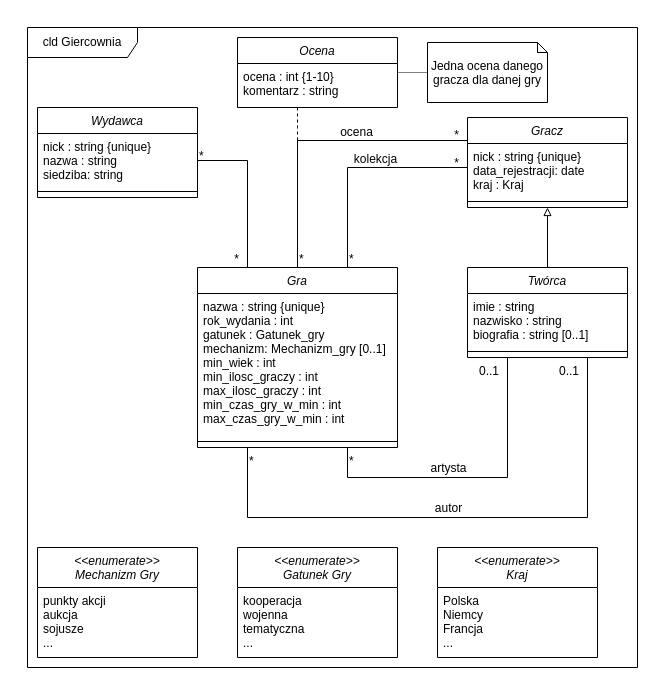
The draw.io diagram MP0/tin_zaoczne_18c_s17524_model.drawio in BielinskiLukasz/TIN, before the edit. Source tidied: cells renumbered, new cells numbered last; positions are measured from the earlier drawing's top-left corner, leaving out a move shared by most shapes. Both pictures are drawn from the tidied source at 100%, with x=0, y=0 at pixel (17, 17).
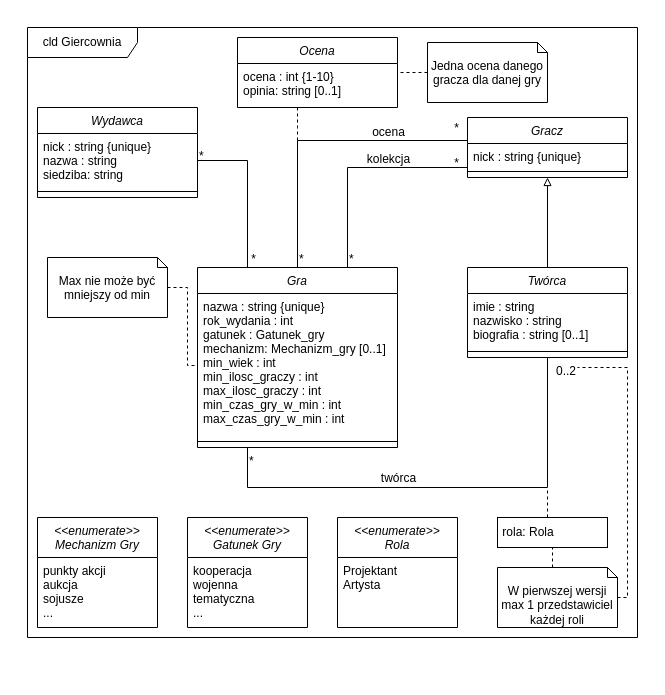
The same diagram, later.

Commit message (it also covers changes not shown here):
Update uml diagram

Unchanged cells that the change refers to:
```xml
<mxCell id="4" value="Gra" style="swimlane;fontStyle=2;align=center;verticalAlign=top;horizontal=1;startSize=26;rounded=0;shadow=0;strokeWidth=1;" parent="1" vertex="1">
  <mxGeometry x="180" y="250" width="200" height="180" as="geometry" />
</mxCell>
<mxCell id="5" value="nazwa : string {unique}&#10;rok_wydania : int&#10;gatunek : Gatunek_gry&#10;mechanizm: Mechanizm_gry [0..1]&#10;min_wiek : int&#10;min_ilosc_graczy : int&#10;max_ilosc_graczy : int&#10;min_czas_gry_w_min : int&#10;max_czas_gry_w_min : int" style="text;align=left;verticalAlign=top;spacingLeft=4;spacingRight=4;overflow=hidden;points=[[0,0.5],[1,0.5]];portConstraint=eastwest;" parent="4" vertex="1">
  <mxGeometry y="26" width="200" height="144" as="geometry" />
</mxCell>
<mxCell id="17" style="endArrow=none;shadow=0;strokeWidth=1;rounded=0;endFill=0;edgeStyle=elbowEdgeStyle;elbow=vertical;exitX=1;exitY=0.5;exitDx=0;exitDy=0;entryX=0.25;entryY=0;entryDx=0;entryDy=0;" parent="1" edge="1" source="15" target="4">
  <mxGeometry x="0.5" y="41" relative="1" as="geometry">
    <Array as="points">
      <mxPoint x="210" y="143" />
      <mxPoint x="90" y="103" />
      <mxPoint x="100" y="110" />
    </Array>
    <mxPoint x="-40" y="32" as="offset" />
  </mxGeometry>
</mxCell>
<mxCell id="20" style="endArrow=none;shadow=0;strokeWidth=1;rounded=0;endFill=0;edgeStyle=elbowEdgeStyle;elbow=vertical;exitX=0.75;exitY=0;exitDx=0;exitDy=0;" parent="1" edge="1" source="4">
  <mxGeometry x="0.5" y="41" relative="1" as="geometry">
    <mxPoint x="450" y="150" as="targetPoint" />
    <Array as="points">
      <mxPoint x="390" y="150" />
      <mxPoint x="400" y="160" />
      <mxPoint x="390" y="103" />
    </Array>
    <mxPoint x="-40" y="32" as="offset" />
  </mxGeometry>
</mxCell>
<mxCell id="24" style="endArrow=none;shadow=0;strokeWidth=1;rounded=0;endFill=0;edgeStyle=elbowEdgeStyle;elbow=vertical;exitX=0.5;exitY=0;exitDx=0;exitDy=0;entryX=0;entryY=0.25;entryDx=0;entryDy=0;" parent="1" edge="1" source="4" target="7">
  <mxGeometry x="0.5" y="41" relative="1" as="geometry">
    <Array as="points">
      <mxPoint x="370" y="123" />
      <mxPoint x="350" y="63" />
    </Array>
    <mxPoint x="-40" y="32" as="offset" />
  </mxGeometry>
</mxCell>
<mxCell id="29" value="Twórca" style="swimlane;fontStyle=2;align=center;verticalAlign=top;horizontal=1;startSize=26;rounded=0;shadow=0;strokeWidth=1;" parent="1" vertex="1">
  <mxGeometry x="450" y="250" width="160" height="90" as="geometry" />
</mxCell>
<mxCell id="33" value="Ocena" style="swimlane;fontStyle=2;align=center;verticalAlign=top;horizontal=1;startSize=26;rounded=0;shadow=0;strokeWidth=1;" parent="1" vertex="1">
  <mxGeometry x="220" y="20" width="160" height="70" as="geometry" />
</mxCell>
<mxCell id="46" value="Jedna ocena danego gracza dla danej gry" style="shape=note2;boundedLbl=1;whiteSpace=wrap;html=1;size=10;verticalAlign=top;align=center;" parent="1" vertex="1">
  <mxGeometry x="410" y="25" width="120" height="60" as="geometry" />
</mxCell>
```

Change to the diagram source:
```diff
@@
     <mxCell id="2" style="rounded=0;whiteSpace=wrap;html=1;strokeColor=#FFFFFF;" parent="1" vertex="1">
-      <mxGeometry width="630" height="660" as="geometry" />
+      <mxGeometry width="630" height="630" as="geometry" />
     </mxCell>
     <mxCell id="3" value="cld Giercownia" style="shape=umlFrame;whiteSpace=wrap;html=1;width=110;height=30;" parent="1" vertex="1">
-      <mxGeometry x="10" y="10" width="610" height="640" as="geometry" />
+      <mxGeometry x="10" y="10" width="610" height="610" as="geometry" />
     </mxCell>
@@
     <mxCell id="7" value="Gracz" style="swimlane;fontStyle=2;align=center;verticalAlign=top;horizontal=1;startSize=26;rounded=0;shadow=0;strokeWidth=1;" parent="1" vertex="1">
-      <mxGeometry x="450" y="100" width="160" height="90" as="geometry" />
+      <mxGeometry x="450" y="100" width="160" height="60" as="geometry" />
     </mxCell>
-    <mxCell id="8" value="nick : string {unique}&#10;data_rejestracji: date&#10;kraj : Kraj" style="text;align=left;verticalAlign=top;spacingLeft=4;spacingRight=4;overflow=hidden;" parent="7" vertex="1">
-      <mxGeometry y="26" width="160" height="54" as="geometry" />
+    <mxCell id="8" value="nick : string {unique}" style="text;align=left;verticalAlign=top;spacingLeft=4;spacingRight=4;overflow=hidden;" parent="7" vertex="1">
+      <mxGeometry y="26" width="160" height="24" as="geometry" />
     </mxCell>
     <mxCell id="9" style="line;html=1;strokeWidth=1;align=left;verticalAlign=middle;spacingTop=-1;spacingLeft=3;spacingRight=3;labelPosition=right;" parent="7" vertex="1">
-      <mxGeometry y="80" width="160" height="8" as="geometry" />
+      <mxGeometry y="50" width="160" height="8" as="geometry" />
     </mxCell>
-    <mxCell id="10" value="&lt;&lt;enumerate&gt;&gt;&#10;Kraj" style="swimlane;fontStyle=2;align=center;verticalAlign=top;horizontal=1;startSize=40;rounded=0;shadow=0;strokeWidth=1;" parent="1" vertex="1">
-      <mxGeometry x="420" y="530" width="160" height="110" as="geometry" />
+    <mxCell id="10" value="&lt;&lt;enumerate&gt;&gt;&#10;Rola" style="swimlane;fontStyle=2;align=center;verticalAlign=top;horizontal=1;startSize=40;rounded=0;shadow=0;strokeWidth=1;" parent="1" vertex="1">
+      <mxGeometry x="320" y="500" width="120" height="110" as="geometry" />
     </mxCell>
-    <mxCell id="11" value="Polska&#10;Niemcy&#10;Francja&#10;..." style="text;align=left;verticalAlign=top;spacingLeft=4;spacingRight=4;overflow=hidden;" parent="10" vertex="1">
-      <mxGeometry y="40" width="160" height="70" as="geometry" />
+    <mxCell id="11" value="Projektant&#10;Artysta" style="text;align=left;verticalAlign=top;spacingLeft=4;spacingRight=4;overflow=hidden;" parent="10" vertex="1">
+      <mxGeometry y="40" width="120" height="70" as="geometry" />
     </mxCell>
     <mxCell id="12" value="&lt;&lt;enumerate&gt;&gt;&#10;Gatunek Gry" style="swimlane;fontStyle=2;align=center;verticalAlign=top;horizontal=1;startSize=40;rounded=0;shadow=0;strokeWidth=1;" parent="1" vertex="1">
-      <mxGeometry x="220" y="530" width="160" height="110" as="geometry" />
+      <mxGeometry x="170" y="500" width="120" height="110" as="geometry" />
     </mxCell>
     <mxCell id="13" value="kooperacja&#10;wojenna&#10;tematyczna&#10;..." style="text;align=left;verticalAlign=top;spacingLeft=4;spacingRight=4;overflow=hidden;" parent="12" vertex="1">
-      <mxGeometry y="40" width="160" height="70" as="geometry" />
+      <mxGeometry y="40" width="120" height="70" as="geometry" />
     </mxCell>
@@
     <mxCell id="19" value="*" style="align=right;verticalAlign=bottom;labelBackgroundColor=none;fontSize=12;" parent="17" vertex="1">
       <mxGeometry x="1" relative="1" as="geometry">
-        <mxPoint x="-7" y="0.1" as="offset" />
+        <mxPoint x="10" y="0.1" as="offset" />
       </mxGeometry>
     </mxCell>
@@
     <mxCell id="23" value="kolekcja" style="text;html=1;align=center;verticalAlign=middle;labelBackgroundColor=none;rounded=0;shadow=0;strokeWidth=1;fontSize=12;" parent="20" vertex="1">
       <mxGeometry x="0.5" y="49" relative="1" as="geometry">
-        <mxPoint x="-38" y="40" as="offset" />
+        <mxPoint x="-25" y="40" as="offset" />
       </mxGeometry>
     </mxCell>
@@
     <mxCell id="27" value="ocena" style="text;html=1;align=center;verticalAlign=middle;labelBackgroundColor=none;rounded=0;shadow=0;strokeWidth=1;fontSize=12;" parent="24" vertex="1">
       <mxGeometry x="0.5" y="49" relative="1" as="geometry">
-        <mxPoint x="-38" y="40" as="offset" />
+        <mxPoint x="-12" y="40" as="offset" />
       </mxGeometry>
     </mxCell>
@@
-    <mxCell id="34" value="ocena : int {1-10}&#10;komentarz : string" style="text;align=left;verticalAlign=top;spacingLeft=4;spacingRight=4;overflow=hidden;" parent="33" vertex="1">
+    <mxCell id="34" value="ocena : int {1-10}&#10;opinia: string [0..1]" style="text;align=left;verticalAlign=top;spacingLeft=4;spacingRight=4;overflow=hidden;" parent="33" vertex="1">
       <mxGeometry y="26" width="160" height="34" as="geometry" />
     </mxCell>
-    <mxCell id="35" style="endArrow=none;shadow=0;strokeWidth=1;rounded=0;endFill=0;edgeStyle=elbowEdgeStyle;elbow=vertical;exitX=0.75;exitY=1;exitDx=0;exitDy=0;entryX=0.25;entryY=1;entryDx=0;entryDy=0;" parent="1" edge="1" source="4" target="29">
-      <mxGeometry x="0.5" y="41" relative="1" as="geometry">
-        <Array as="points">
-          <mxPoint x="420" y="460" />
-        </Array>
-        <mxPoint x="-40" y="32" as="offset" />
-      </mxGeometry>
-    </mxCell>
-    <mxCell id="36" value="*" style="align=left;verticalAlign=bottom;labelBackgroundColor=none;fontSize=12;" parent="35" vertex="1">
-      <mxGeometry x="-1" relative="1" as="geometry">
-        <mxPoint y="21.5" as="offset" />
-      </mxGeometry>
-    </mxCell>
-    <mxCell id="37" value="0..1" style="align=right;verticalAlign=bottom;labelBackgroundColor=none;fontSize=12;" parent="35" vertex="1">
-      <mxGeometry x="1" relative="1" as="geometry">
-        <mxPoint x="-7" y="22.3" as="offset" />
-      </mxGeometry>
-    </mxCell>
-    <mxCell id="38" value="artysta" style="text;html=1;align=center;verticalAlign=middle;labelBackgroundColor=none;rounded=0;shadow=0;strokeWidth=1;fontSize=12;" parent="35" vertex="1">
-      <mxGeometry x="0.5" y="49" relative="1" as="geometry">
-        <mxPoint x="-11" y="33" as="offset" />
-      </mxGeometry>
-    </mxCell>
-    <mxCell id="39" style="endArrow=none;shadow=0;strokeWidth=1;rounded=0;endFill=0;edgeStyle=elbowEdgeStyle;elbow=vertical;entryX=0.75;entryY=1;entryDx=0;entryDy=0;exitX=0.25;exitY=1;exitDx=0;exitDy=0;" parent="1" edge="1" source="4" target="29">
+    <mxCell id="39" style="endArrow=none;shadow=0;strokeWidth=1;rounded=0;endFill=0;edgeStyle=elbowEdgeStyle;elbow=vertical;entryX=0.5;entryY=1;entryDx=0;entryDy=0;exitX=0.25;exitY=1;exitDx=0;exitDy=0;" parent="1" edge="1" source="4" target="29">
       <mxGeometry x="0.5" y="41" relative="1" as="geometry">
         <Array as="points">
+          <mxPoint x="410" y="470" />
           <mxPoint x="380" y="500" />
         </Array>
         <mxPoint x="-40" y="32" as="offset" />
       </mxGeometry>
     </mxCell>
@@
-    <mxCell id="41" value="0..1" style="align=right;verticalAlign=bottom;labelBackgroundColor=none;fontSize=12;" parent="39" vertex="1">
+    <mxCell id="41" value="0..2" style="align=right;verticalAlign=bottom;labelBackgroundColor=none;fontSize=12;" parent="39" vertex="1">
       <mxGeometry x="1" relative="1" as="geometry">
-        <mxPoint x="-7" y="22.3" as="offset" />
+        <mxPoint x="30" y="22.3" as="offset" />
       </mxGeometry>
     </mxCell>
-    <mxCell id="42" value="autor" style="text;html=1;align=center;verticalAlign=middle;labelBackgroundColor=none;rounded=0;shadow=0;strokeWidth=1;fontSize=12;" parent="39" vertex="1">
+    <mxCell id="42" value="twórca" style="text;html=1;align=center;verticalAlign=middle;labelBackgroundColor=none;rounded=0;shadow=0;strokeWidth=1;fontSize=12;" parent="39" vertex="1">
       <mxGeometry x="0.5" y="49" relative="1" as="geometry">
-        <mxPoint x="-91" y="8" as="offset" />
+        <mxPoint x="-101" y="3" as="offset" />
       </mxGeometry>
     </mxCell>
     <mxCell id="43" value="&lt;&lt;enumerate&gt;&gt;&#10;Mechanizm Gry" style="swimlane;fontStyle=2;align=center;verticalAlign=top;horizontal=1;startSize=40;rounded=0;shadow=0;strokeWidth=1;" parent="1" vertex="1">
-      <mxGeometry x="20" y="530" width="160" height="110" as="geometry" />
+      <mxGeometry x="20" y="500" width="120" height="110" as="geometry" />
     </mxCell>
     <mxCell id="44" value="punkty akcji&#10;aukcja&#10;sojusze&#10;..." style="text;align=left;verticalAlign=top;spacingLeft=4;spacingRight=4;overflow=hidden;" parent="43" vertex="1">
-      <mxGeometry y="40" width="160" height="70" as="geometry" />
+      <mxGeometry y="40" width="120" height="70" as="geometry" />
     </mxCell>
-    <mxCell id="45" style="edgeStyle=orthogonalEdgeStyle;rounded=0;jettySize=auto;html=1;endArrow=none;endFill=0;dashed=1;dashPattern=1 1;" parent="1" edge="1" source="46">
+    <mxCell id="45" style="edgeStyle=orthogonalEdgeStyle;rounded=0;jettySize=auto;html=1;endArrow=none;endFill=0;dashed=1;" parent="1" edge="1" source="46">
       <mxGeometry relative="1" as="geometry">
         <mxPoint x="380" y="55" as="targetPoint" />
         <Array as="points">
           <mxPoint x="380" y="55" />
         </Array>
       </mxGeometry>
     </mxCell>
@@
+    <mxCell id="47" style="edgeStyle=orthogonalEdgeStyle;rounded=0;jettySize=auto;html=1;dashed=1;endArrow=none;endFill=0;" parent="1" edge="1" source="48" target="5">
+      <mxGeometry relative="1" as="geometry">
+        <Array as="points">
+          <mxPoint x="170" y="270" />
+          <mxPoint x="170" y="348" />
+        </Array>
+      </mxGeometry>
+    </mxCell>
+    <mxCell id="48" value="Max nie może być mniejszy od min" style="shape=note2;boundedLbl=1;whiteSpace=wrap;html=1;size=10;verticalAlign=top;align=center;" parent="1" vertex="1">
+      <mxGeometry x="30" y="240" width="120" height="60" as="geometry" />
+    </mxCell>
+    <mxCell id="49" style="edgeStyle=orthogonalEdgeStyle;rounded=0;jettySize=auto;html=1;dashed=1;endArrow=none;endFill=0;" parent="1" edge="1" source="50">
+      <mxGeometry relative="1" as="geometry">
+        <mxPoint x="530" y="470" as="targetPoint" />
+        <Array as="points">
+          <mxPoint x="530" y="490" />
+          <mxPoint x="530" y="490" />
+        </Array>
+      </mxGeometry>
+    </mxCell>
+    <mxCell id="50" value="&amp;nbsp;rola: Rola" style="html=1;strokeColor=#000000;align=left;" parent="1" vertex="1">
+      <mxGeometry x="480" y="500" width="110" height="30" as="geometry" />
+    </mxCell>
+    <mxCell id="51" style="edgeStyle=orthogonalEdgeStyle;rounded=0;jettySize=auto;html=1;dashed=1;endArrow=none;endFill=0;exitX=0;exitY=0;exitDx=55;exitDy=0;exitPerimeter=0;" parent="1" edge="1" source="53">
+      <mxGeometry relative="1" as="geometry">
+        <mxPoint x="535" y="530" as="targetPoint" />
+        <Array as="points">
+          <mxPoint x="535" y="530" />
+        </Array>
+      </mxGeometry>
+    </mxCell>
+    <mxCell id="52" style="edgeStyle=orthogonalEdgeStyle;rounded=0;jettySize=auto;html=1;dashed=1;endArrow=none;endFill=0;" parent="1" edge="1" source="53">
+      <mxGeometry relative="1" as="geometry">
+        <mxPoint x="560" y="350" as="targetPoint" />
+        <Array as="points">
+          <mxPoint x="610" y="580" />
+          <mxPoint x="610" y="350" />
+        </Array>
+      </mxGeometry>
+    </mxCell>
+    <mxCell id="53" value="W pierwszej wersji max 1 przedstawiciel każdej roli" style="shape=note2;boundedLbl=1;whiteSpace=wrap;html=1;size=10;verticalAlign=top;align=center;" parent="1" vertex="1">
+      <mxGeometry x="480" y="550" width="120" height="60" as="geometry" />
+    </mxCell>
```
